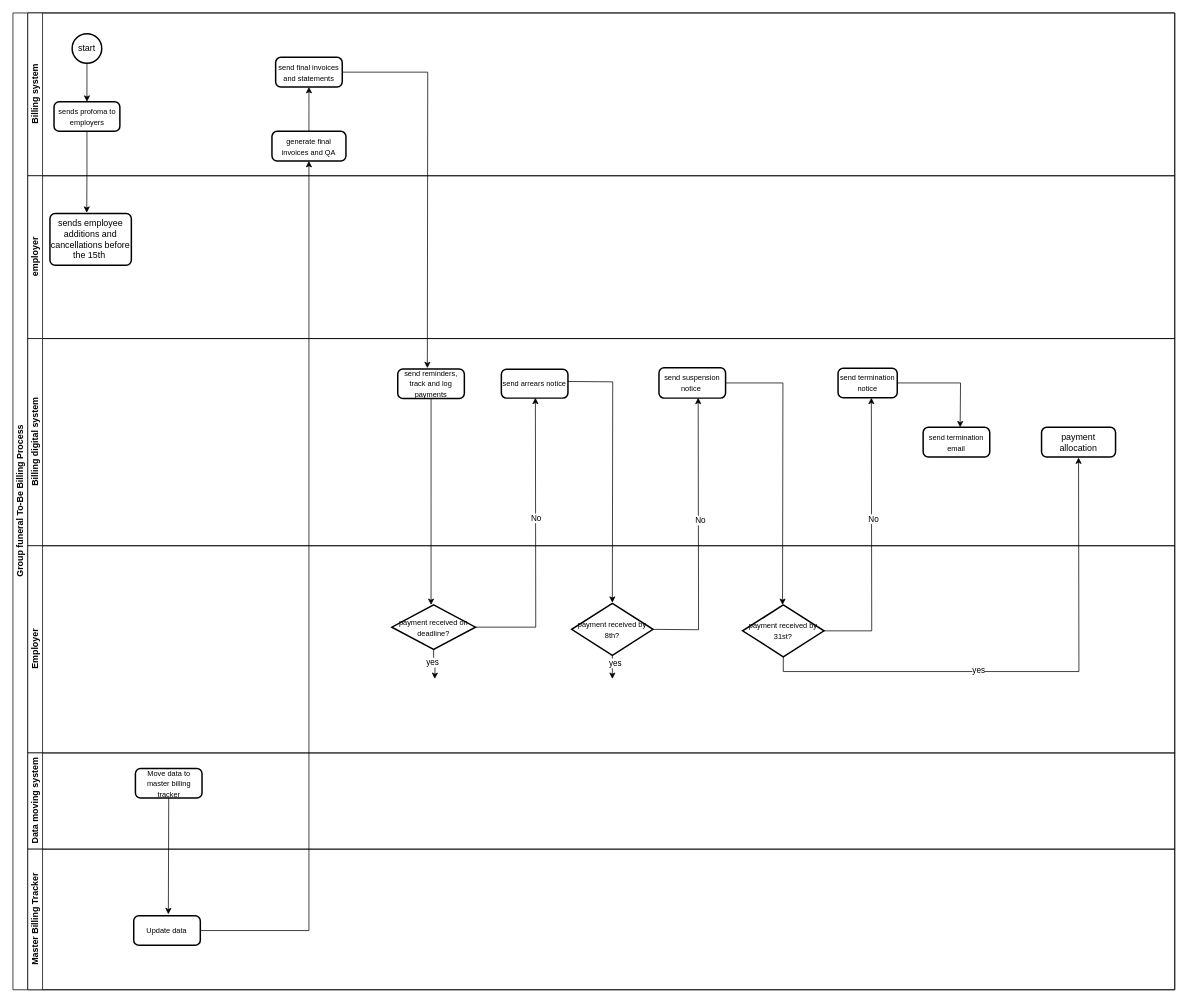
Before: billingprocess.drawio in TJ-Kwetsane1993/Thato, a draw.io diagram. Source tidied: cells renumbered, new cells numbered last; positions are measured from the earlier drawing's top-left corner, leaving out a move shared by most shapes. Both pictures are drawn from the tidied source at 74%, with x=0, y=0 at pixel (13, 13).
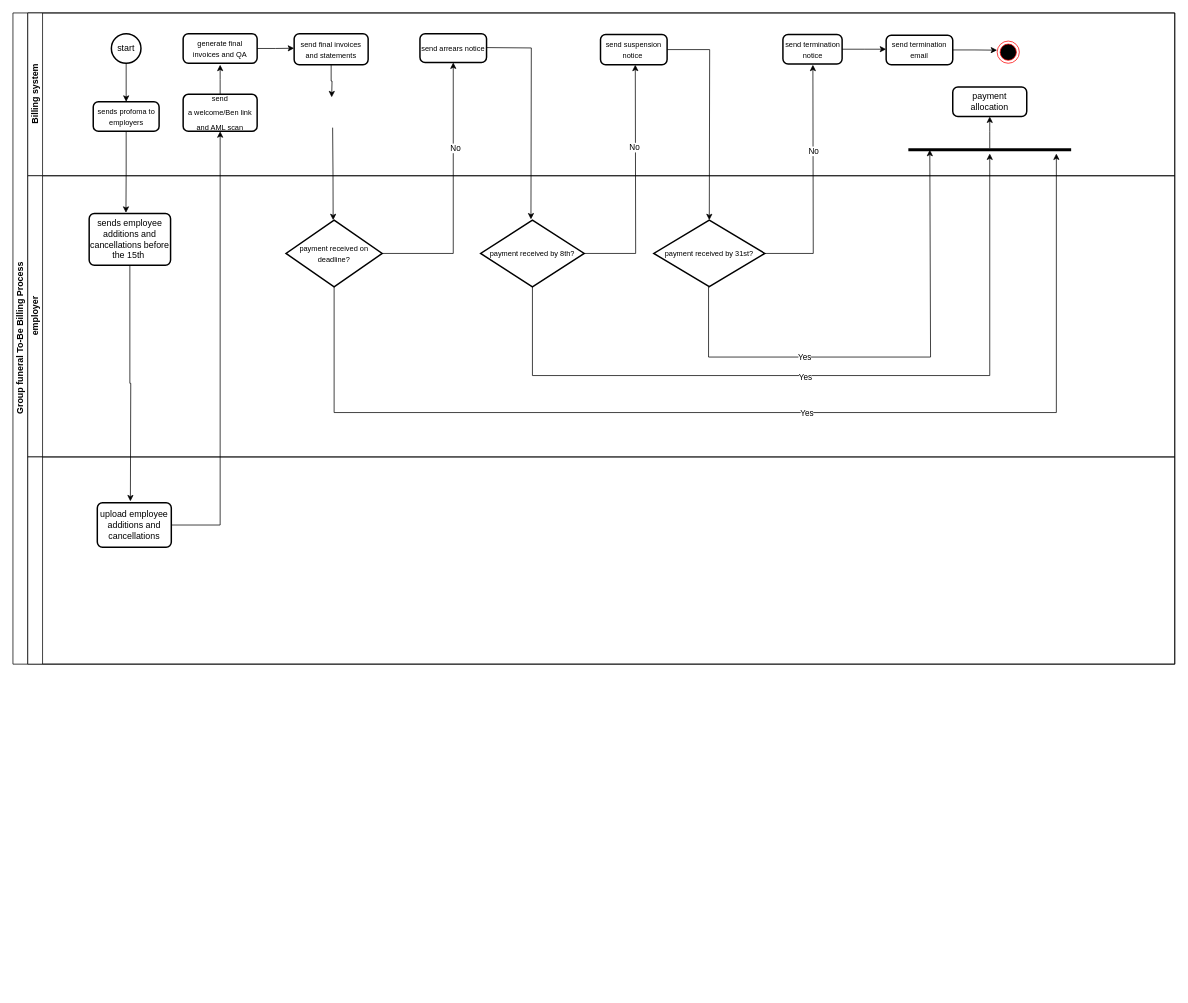
The same page after the edit.

Unchanged cells that the change refers to:
```xml
<mxCell id="3" value="Billing system" style="swimlane;html=1;startSize=20;horizontal=0;" parent="2" vertex="1">
  <mxGeometry x="20" width="1550" height="220" as="geometry" />
</mxCell>
```

The edit, as a diff of the source:
```diff
@@
     <mxCell id="2" value="Group funeral To-Be Billing Process" style="swimlane;html=1;horizontal=0;startSize=20;" parent="1" vertex="1">
-      <mxGeometry width="1570" height="1320" as="geometry" />
+      <mxGeometry width="1570" height="880" as="geometry" />
     </mxCell>
@@
     <mxCell id="4" style="edgeStyle=orthogonalEdgeStyle;rounded=0;jettySize=auto;html=1;exitX=0.5;exitY=1;exitDx=0;exitDy=0;" parent="3" edge="1" source="5">
       <mxGeometry relative="1" as="geometry">
-        <mxPoint x="79.7" y="270" as="targetPoint" />
+        <mxPoint x="132.7" y="270" as="targetPoint" />
       </mxGeometry>
     </mxCell>
     <mxCell id="5" value="&lt;span style=&quot;font-family: Aptos, sans-serif;&quot; lang=&quot;EN-US&quot;&gt;&lt;font style=&quot;font-size: 10px;&quot;&gt;sends profoma to employers&lt;/font&gt;&lt;/span&gt;" style="rounded=1;whiteSpace=wrap;html=1;absoluteArcSize=1;arcSize=14;strokeWidth=2;" parent="3" vertex="1">
-      <mxGeometry x="35.5" y="120" width="89" height="40" as="geometry" />
+      <mxGeometry x="88.5" y="120" width="89" height="40" as="geometry" />
     </mxCell>
@@
     <mxCell id="7" value="start" style="strokeWidth=2;html=1;shape=mxgraph.flowchart.start_2;whiteSpace=wrap;" parent="3" vertex="1">
-      <mxGeometry x="60" y="28" width="40" height="40" as="geometry" />
+      <mxGeometry x="113" y="28" width="40" height="40" as="geometry" />
     </mxCell>
-    <mxCell id="8" style="edgeStyle=orthogonalEdgeStyle;rounded=0;jettySize=auto;html=1;exitX=0.5;exitY=0;exitDx=0;exitDy=0;" parent="3" edge="1" source="9">
-      <mxGeometry relative="1" as="geometry">
-        <mxPoint x="380" y="100" as="targetPoint" />
-      </mxGeometry>
-    </mxCell>
+    <mxCell id="47" style="edgeStyle=orthogonalEdgeStyle;rounded=0;jettySize=auto;html=1;exitX=1;exitY=0.5;exitDx=0;exitDy=0;" parent="3" edge="1" source="9">
+      <mxGeometry relative="1" as="geometry">
+        <mxPoint x="360" y="47.7" as="targetPoint" />
+      </mxGeometry>
+    </mxCell>
     <mxCell id="9" value="&lt;font style=&quot;font-size: 10px;&quot;&gt;generate final invoices and QA&lt;/font&gt;" style="rounded=1;whiteSpace=wrap;html=1;absoluteArcSize=1;arcSize=14;strokeWidth=2;" parent="3" vertex="1">
-      <mxGeometry x="330" y="160" width="100" height="40" as="geometry" />
+      <mxGeometry x="210" y="28" width="100" height="40" as="geometry" />
     </mxCell>
-    <mxCell id="10" style="edgeStyle=orthogonalEdgeStyle;rounded=0;jettySize=auto;html=1;exitX=1;exitY=0.5;exitDx=0;exitDy=0;" parent="3" edge="1" source="11">
-      <mxGeometry relative="1" as="geometry">
-        <mxPoint x="540" y="480" as="targetPoint" />
-      </mxGeometry>
-    </mxCell>
+    <mxCell id="48" style="edgeStyle=orthogonalEdgeStyle;rounded=0;jettySize=auto;html=1;" parent="3" edge="1" source="11">
+      <mxGeometry relative="1" as="geometry">
+        <mxPoint x="410.7" y="114" as="targetPoint" />
+      </mxGeometry>
+    </mxCell>
     <mxCell id="11" value="&lt;font style=&quot;font-size: 10px;&quot;&gt;send final invoices and statements&lt;/font&gt;" style="rounded=1;whiteSpace=wrap;html=1;absoluteArcSize=1;arcSize=14;strokeWidth=2;" parent="3" vertex="1">
-      <mxGeometry x="335" y="60" width="90" height="40" as="geometry" />
+      <mxGeometry x="360" y="28" width="100" height="42" as="geometry" />
     </mxCell>
+    <mxCell id="49" style="edgeStyle=orthogonalEdgeStyle;rounded=0;jettySize=auto;html=1;exitX=0.5;exitY=0;exitDx=0;exitDy=0;" parent="3" edge="1" source="50">
+      <mxGeometry relative="1" as="geometry">
+        <mxPoint x="260" y="70" as="targetPoint" />
+      </mxGeometry>
+    </mxCell>
+    <mxCell id="50" value="&lt;span style=&quot;line-height: 150%; font-family: Aptos, sans-serif;&quot; lang=&quot;EN-US&quot;&gt;&lt;font style=&quot;font-size: 10px;&quot;&gt;send&lt;br/&gt;a welcome/Ben link and AML scan&lt;/font&gt;&lt;/span&gt;" style="rounded=1;whiteSpace=wrap;html=1;absoluteArcSize=1;arcSize=14;strokeWidth=2;" parent="3" vertex="1">
+      <mxGeometry x="210" y="110" width="100" height="50" as="geometry" />
+    </mxCell>
+    <mxCell id="51" style="edgeStyle=orthogonalEdgeStyle;rounded=0;orthogonalLoop=1;jettySize=auto;html=1;exitX=0.5;exitY=1;exitDx=0;exitDy=0;" parent="3" edge="1">
+      <mxGeometry relative="1" as="geometry">
+        <mxPoint x="412" y="155" as="sourcePoint" />
+        <mxPoint x="412.7" y="280" as="targetPoint" />
+      </mxGeometry>
+    </mxCell>
+    <mxCell id="52" style="edgeStyle=orthogonalEdgeStyle;rounded=0;orthogonalLoop=1;jettySize=auto;html=1;exitX=1;exitY=0.25;exitDx=0;exitDy=0;" parent="3" edge="1">
+      <mxGeometry relative="1" as="geometry">
+        <mxPoint x="620" y="46.8" as="sourcePoint" />
+        <mxPoint x="680" y="279" as="targetPoint" />
+      </mxGeometry>
+    </mxCell>
+    <mxCell id="17" value="&lt;font style=&quot;font-size: 10px;&quot;&gt;send arrears notice&lt;/font&gt;" style="rounded=1;whiteSpace=wrap;html=1;absoluteArcSize=1;arcSize=14;strokeWidth=2;" parent="3" vertex="1">
+      <mxGeometry x="530" y="28" width="90" height="39" as="geometry" />
+    </mxCell>
+    <mxCell id="53" style="edgeStyle=orthogonalEdgeStyle;rounded=0;jettySize=auto;html=1;exitX=1;exitY=0.5;exitDx=0;exitDy=0;" parent="3" edge="1" source="19">
+      <mxGeometry relative="1" as="geometry">
+        <mxPoint x="921" y="280" as="targetPoint" />
+      </mxGeometry>
+    </mxCell>
+    <mxCell id="19" value="&lt;font style=&quot;font-size: 10px;&quot;&gt;send suspension notice&amp;nbsp;&lt;/font&gt;" style="rounded=1;whiteSpace=wrap;html=1;absoluteArcSize=1;arcSize=14;strokeWidth=2;" parent="3" vertex="1">
+      <mxGeometry x="774" y="29" width="90" height="41" as="geometry" />
+    </mxCell>
+    <mxCell id="54" style="edgeStyle=orthogonalEdgeStyle;rounded=0;jettySize=auto;html=1;exitX=1;exitY=0.5;exitDx=0;exitDy=0;" parent="3" edge="1" source="21">
+      <mxGeometry relative="1" as="geometry">
+        <mxPoint x="1160" y="49" as="targetPoint" />
+      </mxGeometry>
+    </mxCell>
+    <mxCell id="21" value="&lt;font style=&quot;font-size: 10px;&quot;&gt;send termination notice&lt;/font&gt;" style="rounded=1;whiteSpace=wrap;html=1;absoluteArcSize=1;arcSize=14;strokeWidth=2;" parent="3" vertex="1">
+      <mxGeometry x="1020.5" y="29" width="80" height="40" as="geometry" />
+    </mxCell>
+    <mxCell id="55" style="edgeStyle=orthogonalEdgeStyle;rounded=0;jettySize=auto;html=1;" parent="3" edge="1" source="56">
+      <mxGeometry relative="1" as="geometry">
+        <mxPoint x="1300" y="140" as="targetPoint" />
+      </mxGeometry>
+    </mxCell>
+    <mxCell id="56" style="line;strokeWidth=4;html=1;perimeter=backbonePerimeter;points=[];outlineConnect=0;" parent="3" vertex="1">
+      <mxGeometry x="1190" y="180" width="220" height="10" as="geometry" />
+    </mxCell>
+    <mxCell id="23" value="payment allocation" style="rounded=1;whiteSpace=wrap;html=1;absoluteArcSize=1;arcSize=14;strokeWidth=2;" parent="3" vertex="1">
+      <mxGeometry x="1250" y="100" width="100" height="40" as="geometry" />
+    </mxCell>
+    <mxCell id="57" style="edgeStyle=orthogonalEdgeStyle;rounded=0;jettySize=auto;html=1;exitX=1;exitY=0.5;exitDx=0;exitDy=0;" parent="3" edge="1" source="22">
+      <mxGeometry relative="1" as="geometry">
+        <mxPoint x="1310" y="50.3" as="targetPoint" />
+      </mxGeometry>
+    </mxCell>
+    <mxCell id="22" value="&lt;font style=&quot;font-size: 10px;&quot;&gt;send termination email&lt;/font&gt;" style="rounded=1;whiteSpace=wrap;html=1;absoluteArcSize=1;arcSize=14;strokeWidth=2;" parent="3" vertex="1">
+      <mxGeometry x="1160" y="30" width="90" height="40" as="geometry" />
+    </mxCell>
+    <mxCell id="58" style="ellipse;html=1;shape=endState;fillColor=#000000;strokeColor=#ff0000;" parent="3" vertex="1">
+      <mxGeometry x="1310" y="38" width="30" height="30" as="geometry" />
+    </mxCell>
     <mxCell id="12" value="employer" style="swimlane;html=1;startSize=20;horizontal=0;" parent="2" vertex="1">
-      <mxGeometry x="20" y="220" width="1550" height="220" as="geometry" />
+      <mxGeometry x="20" y="220" width="1550" height="380" as="geometry" />
     </mxCell>
+    <mxCell id="59" style="edgeStyle=orthogonalEdgeStyle;rounded=0;jettySize=auto;html=1;exitX=0.5;exitY=1;exitDx=0;exitDy=0;" parent="12" edge="1" source="13">
+      <mxGeometry relative="1" as="geometry">
+        <mxPoint x="138.7" y="440" as="targetPoint" />
+      </mxGeometry>
+    </mxCell>
     <mxCell id="13" value="sends employee&lt;br&gt;additions and &lt;br&gt;cancellations before &lt;br&gt;the 15th&amp;nbsp;" style="rounded=1;whiteSpace=wrap;html=1;absoluteArcSize=1;arcSize=14;strokeWidth=2;" parent="12" vertex="1">
-      <mxGeometry x="30" y="51" width="110" height="70" as="geometry" />
+      <mxGeometry x="83" y="51" width="110" height="70" as="geometry" />
     </mxCell>
+    <mxCell id="60" style="edgeStyle=orthogonalEdgeStyle;rounded=0;jettySize=auto;html=1;exitX=0.5;exitY=1;exitDx=0;exitDy=0;exitPerimeter=0;" parent="12" edge="1" source="27">
+      <mxGeometry relative="1" as="geometry">
+        <mxPoint x="1390" y="-30" as="targetPoint" />
+        <Array as="points">
+          <mxPoint x="414" y="320" />
+          <mxPoint x="1390" y="320" />
+        </Array>
+      </mxGeometry>
+    </mxCell>
+    <mxCell id="61" value="Yes" style="edgeLabel;html=1;align=center;verticalAlign=middle;" parent="60" vertex="1">
+      <mxGeometry x="0.08" relative="1" as="geometry" />
+    </mxCell>
+    <mxCell id="27" value="&lt;font style=&quot;font-size: 10px;&quot;&gt;payment received on deadline?&lt;/font&gt;" style="strokeWidth=2;html=1;shape=mxgraph.flowchart.decision;whiteSpace=wrap;" parent="12" vertex="1">
+      <mxGeometry x="349" y="60" width="130" height="90" as="geometry" />
+    </mxCell>
+    <mxCell id="62" style="edgeStyle=orthogonalEdgeStyle;rounded=0;jettySize=auto;html=1;exitX=1;exitY=0.5;exitDx=0;exitDy=0;exitPerimeter=0;" parent="12" edge="1" source="32">
+      <mxGeometry relative="1" as="geometry">
+        <mxPoint x="821" y="-150" as="targetPoint" />
+      </mxGeometry>
+    </mxCell>
+    <mxCell id="63" value="No" style="edgeLabel;html=1;align=center;verticalAlign=middle;" parent="62" vertex="1">
+      <mxGeometry x="0.31" y="2" relative="1" as="geometry" />
+    </mxCell>
+    <mxCell id="64" style="edgeStyle=orthogonalEdgeStyle;rounded=0;jettySize=auto;html=1;exitX=0.5;exitY=1;exitDx=0;exitDy=0;exitPerimeter=0;" parent="12" edge="1" source="32">
+      <mxGeometry relative="1" as="geometry">
+        <mxPoint x="1300" y="-30" as="targetPoint" />
+        <Array as="points">
+          <mxPoint x="682" y="270" />
+          <mxPoint x="1300" y="270" />
+        </Array>
+      </mxGeometry>
+    </mxCell>
+    <mxCell id="65" value="Yes" style="edgeLabel;html=1;align=center;verticalAlign=middle;" parent="64" vertex="1">
+      <mxGeometry x="-0.06" y="-1" relative="1" as="geometry" />
+    </mxCell>
+    <mxCell id="32" value="&lt;font style=&quot;font-size: 10px;&quot;&gt;payment received by 8th?&lt;/font&gt;" style="strokeWidth=2;html=1;shape=mxgraph.flowchart.decision;whiteSpace=wrap;" parent="12" vertex="1">
+      <mxGeometry x="612" y="60" width="140" height="90" as="geometry" />
+    </mxCell>
+    <mxCell id="66" style="edgeStyle=orthogonalEdgeStyle;rounded=0;jettySize=auto;html=1;exitX=1;exitY=0.5;exitDx=0;exitDy=0;exitPerimeter=0;" parent="12" edge="1" source="37">
+      <mxGeometry relative="1" as="geometry">
+        <mxPoint x="1061" y="-150" as="targetPoint" />
+      </mxGeometry>
+    </mxCell>
+    <mxCell id="67" value="No" style="edgeLabel;html=1;align=center;verticalAlign=middle;" parent="66" vertex="1">
+      <mxGeometry x="0.27" relative="1" as="geometry" />
+    </mxCell>
+    <mxCell id="68" style="edgeStyle=orthogonalEdgeStyle;rounded=0;jettySize=auto;html=1;exitX=0.5;exitY=1;exitDx=0;exitDy=0;exitPerimeter=0;" parent="12" edge="1" source="37">
+      <mxGeometry relative="1" as="geometry">
+        <mxPoint x="1219" y="-35" as="targetPoint" />
+        <Array as="points">
+          <mxPoint x="920" y="245" />
+          <mxPoint x="1220" y="245" />
+          <mxPoint x="1220" y="-35" />
+        </Array>
+      </mxGeometry>
+    </mxCell>
+    <mxCell id="69" value="Yes" style="edgeLabel;html=1;align=center;verticalAlign=middle;" parent="68" vertex="1">
+      <mxGeometry x="-0.33" y="1" relative="1" as="geometry">
+        <mxPoint x="-1" as="offset" />
+      </mxGeometry>
+    </mxCell>
+    <mxCell id="37" value="&lt;font style=&quot;font-size: 10px;&quot;&gt;payment received by 31st?&lt;/font&gt;" style="strokeWidth=2;html=1;shape=mxgraph.flowchart.decision;whiteSpace=wrap;" parent="12" vertex="1">
+      <mxGeometry x="846" y="60" width="150" height="90" as="geometry" />
+    </mxCell>
-    <mxCell id="14" value="Billing digital system" style="swimlane;html=1;startSize=20;horizontal=0;" parent="2" vertex="1">
-      <mxGeometry x="20" y="440" width="1550" height="280" as="geometry" />
+    <mxCell id="14" style="swimlane;html=1;startSize=20;horizontal=0;" parent="2" vertex="1">
+      <mxGeometry x="20" y="600" width="1550" height="280" as="geometry" />
     </mxCell>
-    <mxCell id="15" style="edgeStyle=orthogonalEdgeStyle;rounded=0;jettySize=auto;html=1;exitX=0.5;exitY=1;exitDx=0;exitDy=0;" parent="14" edge="1" source="16">
-      <mxGeometry relative="1" as="geometry">
-        <mxPoint x="545" y="360" as="targetPoint" />
-      </mxGeometry>
-    </mxCell>
-    <mxCell id="16" value="&lt;font style=&quot;font-size: 10px;&quot;&gt;send reminders, track and log payments&lt;/font&gt;" style="rounded=1;whiteSpace=wrap;html=1;absoluteArcSize=1;arcSize=14;strokeWidth=2;" parent="14" vertex="1">
-      <mxGeometry x="500" y="41" width="90" height="40" as="geometry" />
-    </mxCell>
-    <mxCell id="17" value="&lt;font style=&quot;font-size: 10px;&quot;&gt;send arrears notice&lt;/font&gt;" style="rounded=1;whiteSpace=wrap;html=1;absoluteArcSize=1;arcSize=14;strokeWidth=2;" parent="14" vertex="1">
-      <mxGeometry x="640" y="41.5" width="90" height="39" as="geometry" />
-    </mxCell>
-    <mxCell id="18" style="edgeStyle=orthogonalEdgeStyle;rounded=0;jettySize=auto;html=1;exitX=1;exitY=0.5;exitDx=0;exitDy=0;" parent="14" edge="1" source="19">
-      <mxGeometry relative="1" as="geometry">
-        <mxPoint x="1020" y="360" as="targetPoint" />
-      </mxGeometry>
-    </mxCell>
-    <mxCell id="19" value="&lt;font style=&quot;font-size: 10px;&quot;&gt;send suspension notice&amp;nbsp;&lt;/font&gt;" style="rounded=1;whiteSpace=wrap;html=1;absoluteArcSize=1;arcSize=14;strokeWidth=2;" parent="14" vertex="1">
-      <mxGeometry x="853" y="39.5" width="90" height="41" as="geometry" />
-    </mxCell>
-    <mxCell id="20" style="edgeStyle=orthogonalEdgeStyle;rounded=0;jettySize=auto;html=1;exitX=1;exitY=0.5;exitDx=0;exitDy=0;" parent="14" edge="1" source="21">
-      <mxGeometry relative="1" as="geometry">
-        <mxPoint x="1260" y="120" as="targetPoint" />
-      </mxGeometry>
-    </mxCell>
-    <mxCell id="21" value="&lt;font style=&quot;font-size: 10px;&quot;&gt;send termination notice&lt;/font&gt;" style="rounded=1;whiteSpace=wrap;html=1;absoluteArcSize=1;arcSize=14;strokeWidth=2;" parent="14" vertex="1">
-      <mxGeometry x="1095" y="40" width="80" height="40" as="geometry" />
-    </mxCell>
-    <mxCell id="22" value="&lt;font style=&quot;font-size: 10px;&quot;&gt;send termination email&lt;/font&gt;" style="rounded=1;whiteSpace=wrap;html=1;absoluteArcSize=1;arcSize=14;strokeWidth=2;" parent="14" vertex="1">
-      <mxGeometry x="1210" y="120" width="90" height="40" as="geometry" />
-    </mxCell>
-    <mxCell id="23" value="payment allocation" style="rounded=1;whiteSpace=wrap;html=1;absoluteArcSize=1;arcSize=14;strokeWidth=2;" parent="14" vertex="1">
-      <mxGeometry x="1370" y="120" width="100" height="40" as="geometry" />
-    </mxCell>
-    <mxCell id="24" value="Employer" style="swimlane;html=1;startSize=20;horizontal=0;" parent="2" vertex="1">
-      <mxGeometry x="20" y="720" width="1550" height="280" as="geometry" />
-    </mxCell>
-    <mxCell id="25" style="edgeStyle=orthogonalEdgeStyle;rounded=0;jettySize=auto;html=1;exitX=0.5;exitY=1;exitDx=0;exitDy=0;exitPerimeter=0;" parent="24" edge="1" source="27">
-      <mxGeometry relative="1" as="geometry">
-        <mxPoint x="550" y="180" as="targetPoint" />
-      </mxGeometry>
-    </mxCell>
-    <mxCell id="26" value="yes" style="edgeLabel;html=1;align=center;verticalAlign=middle;" parent="25" vertex="1">
-      <mxGeometry x="-0.2" y="-2" relative="1" as="geometry" />
-    </mxCell>
-    <mxCell id="27" value="&lt;font style=&quot;font-size: 10px;&quot;&gt;payment received on deadline?&lt;/font&gt;" style="strokeWidth=2;html=1;shape=mxgraph.flowchart.decision;whiteSpace=wrap;" parent="24" vertex="1">
-      <mxGeometry x="492" y="80" width="113" height="60" as="geometry" />
-    </mxCell>
-    <mxCell id="28" style="edgeStyle=orthogonalEdgeStyle;rounded=0;orthogonalLoop=1;jettySize=auto;html=1;exitX=1;exitY=0.5;exitDx=0;exitDy=0;exitPerimeter=0;" parent="24" edge="1">
-      <mxGeometry relative="1" as="geometry">
-        <mxPoint x="846" y="113" as="sourcePoint" />
-        <mxPoint x="906" y="-200" as="targetPoint" />
-      </mxGeometry>
-    </mxCell>
-    <mxCell id="29" value="No" style="edgeLabel;html=1;align=center;verticalAlign=middle;" parent="28" vertex="1">
-      <mxGeometry x="0.11" y="-2" relative="1" as="geometry" />
-    </mxCell>
-    <mxCell id="30" style="edgeStyle=orthogonalEdgeStyle;rounded=0;jettySize=auto;html=1;exitX=0.5;exitY=1;exitDx=0;exitDy=0;exitPerimeter=0;" parent="24" edge="1" source="32">
-      <mxGeometry relative="1" as="geometry">
-        <mxPoint x="790" y="180" as="targetPoint" />
-      </mxGeometry>
-    </mxCell>
-    <mxCell id="31" value="yes" style="edgeLabel;html=1;align=center;verticalAlign=middle;" parent="30" vertex="1">
-      <mxGeometry x="-0.38" y="3" relative="1" as="geometry" />
-    </mxCell>
-    <mxCell id="32" value="&lt;font style=&quot;font-size: 10px;&quot;&gt;payment received by 8th?&lt;/font&gt;" style="strokeWidth=2;html=1;shape=mxgraph.flowchart.decision;whiteSpace=wrap;" parent="24" vertex="1">
-      <mxGeometry x="735" y="78" width="110" height="70" as="geometry" />
-    </mxCell>
-    <mxCell id="33" style="edgeStyle=orthogonalEdgeStyle;rounded=0;jettySize=auto;html=1;exitX=1;exitY=0.5;exitDx=0;exitDy=0;exitPerimeter=0;" parent="24" edge="1" source="37">
-      <mxGeometry relative="1" as="geometry">
-        <mxPoint x="1140" y="-200" as="targetPoint" />
-      </mxGeometry>
-    </mxCell>
-    <mxCell id="34" value="No" style="edgeLabel;html=1;align=center;verticalAlign=middle;" parent="33" vertex="1">
-      <mxGeometry x="0.14" y="-2" relative="1" as="geometry" />
-    </mxCell>
-    <mxCell id="35" style="edgeStyle=orthogonalEdgeStyle;rounded=0;jettySize=auto;html=1;exitX=0.5;exitY=1;exitDx=0;exitDy=0;exitPerimeter=0;" parent="24" edge="1" source="37">
-      <mxGeometry relative="1" as="geometry">
-        <mxPoint x="1420" y="-119.2" as="targetPoint" />
-      </mxGeometry>
-    </mxCell>
-    <mxCell id="36" value="yes" style="edgeLabel;html=1;align=center;verticalAlign=middle;" parent="35" vertex="1">
-      <mxGeometry x="-0.2" y="3" relative="1" as="geometry" />
-    </mxCell>
-    <mxCell id="37" value="&lt;font style=&quot;font-size: 10px;&quot;&gt;payment received by 31st?&lt;/font&gt;" style="strokeWidth=2;html=1;shape=mxgraph.flowchart.decision;whiteSpace=wrap;" parent="24" vertex="1">
-      <mxGeometry x="966" y="80" width="110" height="70" as="geometry" />
-    </mxCell>
-    <mxCell id="38" value="Data moving system" style="swimlane;html=1;startSize=20;horizontal=0;" parent="2" vertex="1">
-      <mxGeometry x="20" y="1000" width="1550" height="130" as="geometry" />
-    </mxCell>
-    <mxCell id="39" style="edgeStyle=orthogonalEdgeStyle;rounded=0;jettySize=auto;html=1;exitX=0.5;exitY=1;exitDx=0;exitDy=0;" parent="38" edge="1" source="40">
-      <mxGeometry relative="1" as="geometry">
-        <mxPoint x="190" y="218" as="targetPoint" />
-      </mxGeometry>
-    </mxCell>
-    <mxCell id="40" value="&lt;font style=&quot;font-size: 10px;&quot;&gt;Move data to master billing tracker&lt;/font&gt;" style="rounded=1;whiteSpace=wrap;html=1;absoluteArcSize=1;arcSize=14;strokeWidth=2;" parent="38" vertex="1">
-      <mxGeometry x="145.5" y="21" width="90" height="40" as="geometry" />
-    </mxCell>
-    <mxCell id="41" value="Master Billing Tracker" style="swimlane;html=1;startSize=20;horizontal=0;" parent="2" vertex="1">
-      <mxGeometry x="20" y="1130" width="1550" height="190" as="geometry" />
-    </mxCell>
-    <mxCell id="42" value="&lt;font style=&quot;font-size: 10px;&quot;&gt;Update data&lt;/font&gt;" style="rounded=1;whiteSpace=wrap;html=1;absoluteArcSize=1;arcSize=14;strokeWidth=2;" parent="41" vertex="1">
-      <mxGeometry x="143.2" y="90" width="90" height="40" as="geometry" />
-    </mxCell>
-    <mxCell id="43" style="edgeStyle=orthogonalEdgeStyle;rounded=0;jettySize=auto;html=1;exitX=1;exitY=0.5;exitDx=0;exitDy=0;entryX=0.5;entryY=1;entryDx=0;entryDy=0;" parent="2" edge="1" source="42" target="9">
-      <mxGeometry relative="1" as="geometry" />
-    </mxCell>
-    <mxCell id="44" style="edgeStyle=orthogonalEdgeStyle;rounded=0;jettySize=auto;html=1;exitX=1;exitY=0.5;exitDx=0;exitDy=0;exitPerimeter=0;" parent="2" edge="1" source="27">
-      <mxGeometry relative="1" as="geometry">
-        <mxPoint x="706" y="520" as="targetPoint" />
-      </mxGeometry>
-    </mxCell>
-    <mxCell id="45" value="No" style="edgeLabel;html=1;align=center;verticalAlign=middle;" parent="44" vertex="1">
-      <mxGeometry x="0.17" relative="1" as="geometry" />
-    </mxCell>
-    <mxCell id="46" style="edgeStyle=orthogonalEdgeStyle;rounded=0;orthogonalLoop=1;jettySize=auto;html=1;entryX=0.5;entryY=0;entryDx=0;entryDy=0;entryPerimeter=0;" parent="2" edge="1">
-      <mxGeometry relative="1" as="geometry">
-        <mxPoint x="750" y="498" as="sourcePoint" />
-        <mxPoint x="810" y="797" as="targetPoint" />
-      </mxGeometry>
-    </mxCell>
+    <mxCell id="70" value="upload employee additions and cancellations" style="rounded=1;whiteSpace=wrap;html=1;absoluteArcSize=1;arcSize=14;strokeWidth=2;" parent="14" vertex="1">
+      <mxGeometry x="94" y="62" width="100" height="60" as="geometry" />
+    </mxCell>
+    <mxCell id="71" style="edgeStyle=orthogonalEdgeStyle;rounded=0;jettySize=auto;html=1;exitX=1;exitY=0.5;exitDx=0;exitDy=0;" parent="2" edge="1" source="70" target="50">
+      <mxGeometry relative="1" as="geometry" />
+    </mxCell>
+    <mxCell id="72" style="edgeStyle=orthogonalEdgeStyle;rounded=0;jettySize=auto;html=1;exitX=1;exitY=0.5;exitDx=0;exitDy=0;exitPerimeter=0;entryX=0.5;entryY=1;entryDx=0;entryDy=0;" parent="2" edge="1" source="27" target="17">
+      <mxGeometry relative="1" as="geometry" />
+    </mxCell>
+    <mxCell id="73" value="No" style="edgeLabel;html=1;align=center;verticalAlign=middle;" parent="72" vertex="1">
+      <mxGeometry x="0.35" y="-2" relative="1" as="geometry" />
+    </mxCell>
```
